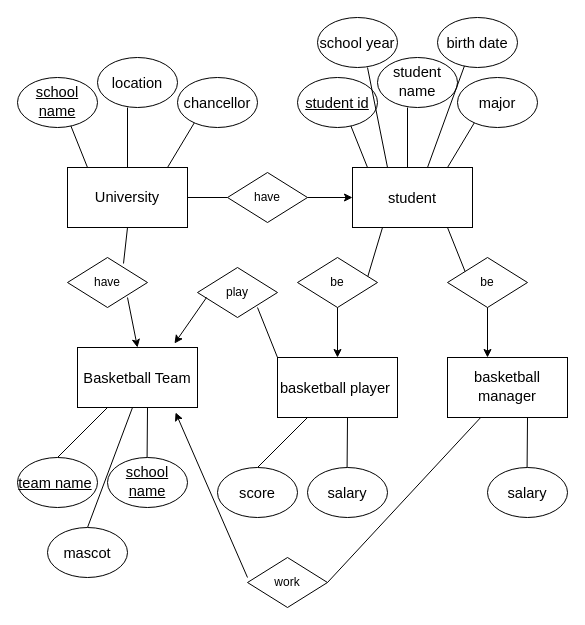
This is HW4P2.drawio from haoyuw10/CS411, a draw.io file, before an edit. Source tidied: cells renumbered, new cells numbered last; positions are measured from the earlier drawing's top-left corner, leaving out a move shared by most shapes. Both pictures are drawn from the tidied source at 100%, with x=0, y=0 at pixel (17, 17).
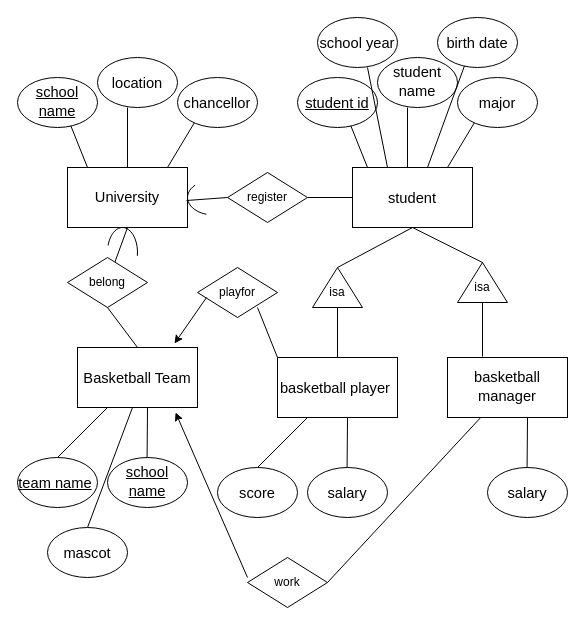
After the change.

The change refers to these unchanged cells:
```xml
<mxCell id="2" value="&lt;font face=&quot;arial, sans-serif&quot;&gt;&lt;span style=&quot;font-size: 14.666666984558105px&quot;&gt;University&lt;/span&gt;&lt;/font&gt;" style="rounded=0;whiteSpace=wrap;html=1;" parent="1" vertex="1">
  <mxGeometry x="50" y="150" width="120" height="60" as="geometry" />
</mxCell>
<mxCell id="3" value="&lt;span lang=&quot;EN&quot; style=&quot;font-size: 11pt ; line-height: 16.866666793823242px ; font-family: &amp;#34;arial&amp;#34; , sans-serif&quot;&gt;student&lt;/span&gt;&lt;span style=&quot;font-size: medium&quot;&gt;&lt;/span&gt;" style="rounded=0;whiteSpace=wrap;html=1;" parent="1" vertex="1">
  <mxGeometry x="335" y="150" width="120" height="60" as="geometry" />
</mxCell>
<mxCell id="29" value="&lt;span lang=&quot;EN&quot; style=&quot;font-size: 11pt ; line-height: 16.866666793823242px ; font-family: &amp;#34;arial&amp;#34; , sans-serif&quot;&gt;basketball player&amp;nbsp;&lt;/span&gt;&lt;span style=&quot;font-size: medium&quot;&gt;&lt;/span&gt;" style="rounded=0;whiteSpace=wrap;html=1;" parent="1" vertex="1">
  <mxGeometry x="260" y="340" width="120" height="60" as="geometry" />
</mxCell>
<mxCell id="40" value="&lt;span lang=&quot;EN&quot; style=&quot;font-size: 11pt ; line-height: 16.866666793823242px ; font-family: &amp;#34;arial&amp;#34; , sans-serif&quot;&gt;Basketball Team&lt;/span&gt;&lt;span style=&quot;font-size: medium&quot;&gt;&lt;/span&gt;" style="rounded=0;whiteSpace=wrap;html=1;" parent="1" vertex="1">
  <mxGeometry x="60" y="330" width="120" height="60" as="geometry" />
</mxCell>
```

Change to the diagram source:
```diff
@@
-    <mxCell id="10" value="have" style="rhombus;whiteSpace=wrap;html=1;" parent="1" vertex="1">
+    <mxCell id="10" value="register" style="rhombus;whiteSpace=wrap;html=1;" parent="1" vertex="1">
       <mxGeometry x="210" y="155" width="80" height="50" as="geometry" />
     </mxCell>
-    <mxCell id="11" style="endArrow=none;html=1;exitX=1;exitY=0.5;exitDx=0;exitDy=0;" parent="1" edge="1" source="2">
+    <mxCell id="11" style="endArrow=none;html=1;exitX=0.414;exitY=-0.019;exitDx=0;exitDy=0;exitPerimeter=0;" parent="1" edge="1" source="55">
       <mxGeometry relative="1" as="geometry">
         <mxPoint x="210" y="180" as="targetPoint" />
       </mxGeometry>
     </mxCell>
-    <mxCell id="12" style="endArrow=classic;html=1;entryX=0;entryY=0.5;entryDx=0;entryDy=0;" parent="1" edge="1" target="3">
-      <mxGeometry relative="1" as="geometry">
-        <mxPoint x="290" y="180" as="sourcePoint" />
-      </mxGeometry>
-    </mxCell>
@@
-    <mxCell id="23" style="endArrow=none;html=1;" parent="1" edge="1">
+    <mxCell id="23" style="endArrow=none;html=1;exitX=0;exitY=0;exitDx=25;exitDy=0;exitPerimeter=0;" parent="1" edge="1" source="60">
       <mxGeometry relative="1" as="geometry">
-        <mxPoint x="350" y="260" as="sourcePoint" />
-        <mxPoint x="365" y="210" as="targetPoint" />
+        <mxPoint x="395" y="210" as="targetPoint" />
       </mxGeometry>
     </mxCell>
-    <mxCell id="24" style="endArrow=none;html=1;" parent="1" edge="1">
+    <mxCell id="24" style="endArrow=none;html=1;exitX=0;exitY=0;exitDx=25;exitDy=0;exitPerimeter=0;" parent="1" edge="1" source="61">
       <mxGeometry relative="1" as="geometry">
-        <mxPoint x="450" y="260" as="sourcePoint" />
-        <mxPoint x="430" y="210" as="targetPoint" />
+        <mxPoint x="395" y="210" as="targetPoint" />
       </mxGeometry>
     </mxCell>
-    <mxCell id="25" value="be" style="rhombus;whiteSpace=wrap;html=1;" parent="1" vertex="1">
-      <mxGeometry x="280" y="240" width="80" height="50" as="geometry" />
-    </mxCell>
-    <mxCell id="26" value="be" style="rhombus;whiteSpace=wrap;html=1;" parent="1" vertex="1">
-      <mxGeometry x="430" y="240" width="80" height="50" as="geometry" />
-    </mxCell>
-    <mxCell id="27" style="endArrow=classic;html=1;entryX=0.5;entryY=0;entryDx=0;entryDy=0;" parent="1" edge="1" target="29">
-      <mxGeometry relative="1" as="geometry">
-        <mxPoint x="320" y="290" as="sourcePoint" />
-      </mxGeometry>
-    </mxCell>
-    <mxCell id="28" style="endArrow=classic;html=1;" parent="1" edge="1">
-      <mxGeometry relative="1" as="geometry">
-        <mxPoint x="470" y="290" as="sourcePoint" />
-        <mxPoint x="470" y="340" as="targetPoint" />
-      </mxGeometry>
-    </mxCell>
@@
-    <mxCell id="37" style="endArrow=none;html=1;exitX=0.7;exitY=0.12;exitDx=0;exitDy=0;exitPerimeter=0;entryX=0.5;entryY=1;entryDx=0;entryDy=0;" parent="1" edge="1" source="38" target="2">
+    <mxCell id="37" style="endArrow=none;html=1;entryX=0.5;entryY=1;entryDx=0;entryDy=0;" parent="1" edge="1" source="38" target="2">
       <mxGeometry relative="1" as="geometry" />
     </mxCell>
-    <mxCell id="38" value="have" style="rhombus;whiteSpace=wrap;html=1;" parent="1" vertex="1">
+    <mxCell id="38" value="belong" style="rhombus;whiteSpace=wrap;html=1;" parent="1" vertex="1">
       <mxGeometry x="50" y="240" width="80" height="50" as="geometry" />
     </mxCell>
-    <mxCell id="39" style="endArrow=classic;html=1;entryX=0.5;entryY=0;entryDx=0;entryDy=0;" parent="1" edge="1" target="40">
-      <mxGeometry relative="1" as="geometry">
-        <mxPoint x="110" y="280" as="sourcePoint" />
-      </mxGeometry>
-    </mxCell>
@@
-    <mxCell id="51" value="play" style="rhombus;whiteSpace=wrap;html=1;" parent="1" vertex="1">
+    <mxCell id="51" value="playfor" style="rhombus;whiteSpace=wrap;html=1;" parent="1" vertex="1">
       <mxGeometry x="180" y="250" width="80" height="50" as="geometry" />
     </mxCell>
@@
+    <mxCell id="53" style="endArrow=none;html=1;exitX=0.5;exitY=0;exitDx=0;exitDy=0;entryX=0.5;entryY=1;entryDx=0;entryDy=0;" parent="1" edge="1" source="40" target="38">
+      <mxGeometry relative="1" as="geometry" />
+    </mxCell>
+    <mxCell id="54" style="verticalLabelPosition=bottom;verticalAlign=top;html=1;shape=mxgraph.basic.arc;startAngle=0.7957222633667779;endAngle=0.2710962315794207;" parent="1" vertex="1">
+      <mxGeometry x="90" y="210" width="30" height="50" as="geometry" />
+    </mxCell>
+    <mxCell id="55" style="verticalLabelPosition=bottom;verticalAlign=top;html=1;shape=mxgraph.basic.arc;startAngle=0.7957222633667779;endAngle=0.125;direction=north;" parent="1" vertex="1">
+      <mxGeometry x="170" y="162.5" width="52.5" height="35" as="geometry" />
+    </mxCell>
+    <mxCell id="56" style="endArrow=none;html=1;exitX=1;exitY=0.5;exitDx=0;exitDy=0;" parent="1" edge="1" source="2" target="55">
+      <mxGeometry relative="1" as="geometry" />
+    </mxCell>
+    <mxCell id="57" style="endArrow=none;html=1;entryX=0;entryY=0.5;entryDx=0;entryDy=0;" parent="1" edge="1" target="3">
+      <mxGeometry relative="1" as="geometry">
+        <mxPoint x="290" y="180" as="sourcePoint" />
+      </mxGeometry>
+    </mxCell>
+    <mxCell id="58" style="endArrow=none;html=1;exitX=0.5;exitY=0;exitDx=0;exitDy=0;" parent="1" edge="1" source="29">
+      <mxGeometry relative="1" as="geometry">
+        <mxPoint x="320" y="290" as="targetPoint" />
+      </mxGeometry>
+    </mxCell>
+    <mxCell id="59" style="endArrow=none;html=1;entryX=0.5;entryY=1;entryDx=0;entryDy=0;entryPerimeter=0;" parent="1" edge="1" target="61">
+      <mxGeometry relative="1" as="geometry">
+        <mxPoint x="465" y="339" as="sourcePoint" />
+      </mxGeometry>
+    </mxCell>
+    <mxCell id="60" style="verticalLabelPosition=bottom;verticalAlign=top;html=1;shape=mxgraph.basic.acute_triangle;dx=0.5;" parent="1" vertex="1">
+      <mxGeometry x="295" y="250" width="50" height="40" as="geometry" />
+    </mxCell>
+    <mxCell id="61" style="verticalLabelPosition=bottom;verticalAlign=top;html=1;shape=mxgraph.basic.acute_triangle;dx=0.5;" parent="1" vertex="1">
+      <mxGeometry x="440" y="245" width="50" height="40" as="geometry" />
+    </mxCell>
+    <mxCell id="62" value="isa" style="text;html=1;strokeColor=none;fillColor=none;align=center;verticalAlign=middle;whiteSpace=wrap;rounded=0;" parent="1" vertex="1">
+      <mxGeometry x="300" y="265" width="40" height="20" as="geometry" />
+    </mxCell>
+    <mxCell id="63" value="isa" style="text;html=1;strokeColor=none;fillColor=none;align=center;verticalAlign=middle;whiteSpace=wrap;rounded=0;" parent="1" vertex="1">
+      <mxGeometry x="445" y="260" width="40" height="20" as="geometry" />
+    </mxCell>
```
